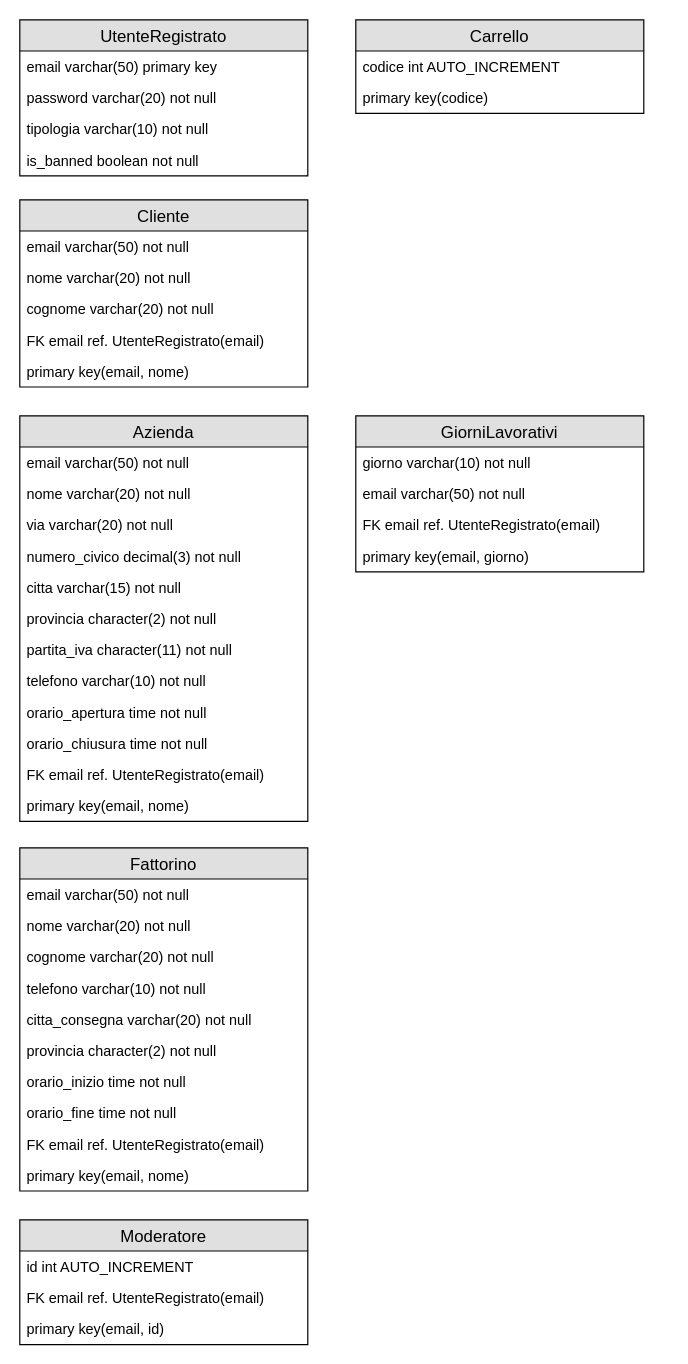
Above: Documents/Sys - Drawio/tabelle database.drawio in frekkanzer2/Eat-Reorder (draw.io), before the change. Source tidied: cells renumbered, new cells numbered last; positions are measured from the earlier drawing's top-left corner, leaving out a move shared by most shapes. Both pictures are drawn from the tidied source at 120%, with x=0, y=0 at pixel (19, 19).
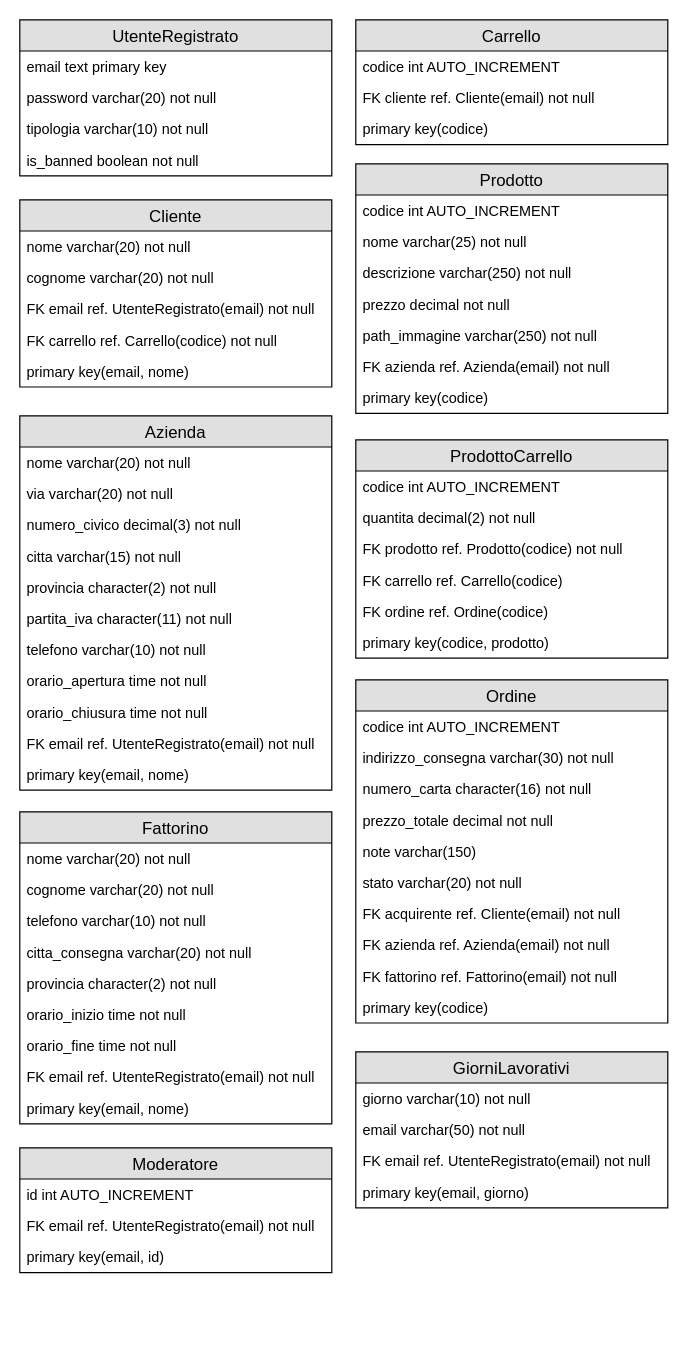
Above is the later version.

Commit message (it also covers changes not shown here):
Conclusa definizione del database

Diff of the diagram source:
```diff
@@
     <mxCell id="2" value="UtenteRegistrato" style="swimlane;fontStyle=0;horizontal=1;startSize=26;fillColor=#e0e0e0;swimlaneFillColor=#ffffff;align=center;fontSize=14;" parent="1" vertex="1">
-      <mxGeometry width="240" height="130" as="geometry" />
+      <mxGeometry width="260" height="130" as="geometry" />
     </mxCell>
-    <mxCell id="3" value="email varchar(50) primary key" style="text;strokeColor=none;fillColor=none;spacingLeft=4;spacingRight=4;overflow=hidden;fontSize=12;" parent="2" vertex="1">
-      <mxGeometry y="26" width="240" height="26" as="geometry" />
+    <mxCell id="3" value="email text primary key" style="text;strokeColor=none;fillColor=none;spacingLeft=4;spacingRight=4;overflow=hidden;fontSize=12;" parent="2" vertex="1">
+      <mxGeometry y="26" width="260" height="26" as="geometry" />
     </mxCell>
     <mxCell id="4" value="password varchar(20) not null" style="text;strokeColor=none;fillColor=none;spacingLeft=4;spacingRight=4;overflow=hidden;fontSize=12;" parent="2" vertex="1">
-      <mxGeometry y="52" width="240" height="26" as="geometry" />
+      <mxGeometry y="52" width="260" height="26" as="geometry" />
     </mxCell>
     <mxCell id="5" value="tipologia varchar(10) not null" style="text;strokeColor=none;fillColor=none;spacingLeft=4;spacingRight=4;overflow=hidden;fontSize=12;" parent="2" vertex="1">
-      <mxGeometry y="78" width="240" height="26" as="geometry" />
+      <mxGeometry y="78" width="260" height="26" as="geometry" />
     </mxCell>
     <mxCell id="6" value="is_banned boolean not null" style="text;strokeColor=none;fillColor=none;spacingLeft=4;spacingRight=4;overflow=hidden;fontSize=12;" parent="2" vertex="1">
-      <mxGeometry y="104" width="240" height="26" as="geometry" />
+      <mxGeometry y="104" width="260" height="26" as="geometry" />
     </mxCell>
     <mxCell id="7" value="Cliente" style="swimlane;fontStyle=0;horizontal=1;startSize=26;fillColor=#e0e0e0;swimlaneFillColor=#ffffff;align=center;fontSize=14;" parent="1" vertex="1">
-      <mxGeometry y="150" width="240" height="156" as="geometry" />
+      <mxGeometry y="150" width="260" height="156" as="geometry" />
     </mxCell>
-    <mxCell id="8" value="email varchar(50) not null" style="text;strokeColor=none;fillColor=none;spacingLeft=4;spacingRight=4;overflow=hidden;fontSize=12;" parent="7" vertex="1">
-      <mxGeometry y="26" width="240" height="26" as="geometry" />
-    </mxCell>
     <mxCell id="9" value="nome varchar(20) not null" style="text;strokeColor=none;fillColor=none;spacingLeft=4;spacingRight=4;overflow=hidden;fontSize=12;" parent="7" vertex="1">
-      <mxGeometry y="52" width="240" height="26" as="geometry" />
+      <mxGeometry y="26" width="260" height="26" as="geometry" />
     </mxCell>
     <mxCell id="10" value="cognome varchar(20) not null" style="text;strokeColor=none;fillColor=none;spacingLeft=4;spacingRight=4;overflow=hidden;fontSize=12;" parent="7" vertex="1">
-      <mxGeometry y="78" width="240" height="26" as="geometry" />
+      <mxGeometry y="52" width="260" height="26" as="geometry" />
     </mxCell>
-    <mxCell id="11" value="FK email ref. UtenteRegistrato(email)" style="text;strokeColor=none;fillColor=none;spacingLeft=4;spacingRight=4;overflow=hidden;fontSize=12;" parent="7" vertex="1">
-      <mxGeometry y="104" width="240" height="26" as="geometry" />
+    <mxCell id="11" value="FK email ref. UtenteRegistrato(email) not null" style="text;strokeColor=none;fillColor=none;spacingLeft=4;spacingRight=4;overflow=hidden;fontSize=12;" parent="7" vertex="1">
+      <mxGeometry y="78" width="260" height="26" as="geometry" />
     </mxCell>
+    <mxCell id="49" value="FK carrello ref. Carrello(codice) not null" style="text;strokeColor=none;fillColor=none;spacingLeft=4;spacingRight=4;overflow=hidden;fontSize=12;" parent="7" vertex="1">
+      <mxGeometry y="104" width="260" height="26" as="geometry" />
+    </mxCell>
     <mxCell id="12" value="primary key(email, nome)" style="text;strokeColor=none;fillColor=none;spacingLeft=4;spacingRight=4;overflow=hidden;fontSize=12;" parent="7" vertex="1">
-      <mxGeometry y="130" width="240" height="26" as="geometry" />
+      <mxGeometry y="130" width="260" height="26" as="geometry" />
     </mxCell>
     <mxCell id="13" value="Azienda" style="swimlane;fontStyle=0;horizontal=1;startSize=26;fillColor=#e0e0e0;swimlaneFillColor=#ffffff;align=center;fontSize=14;" parent="1" vertex="1">
-      <mxGeometry y="330" width="240" height="338" as="geometry" />
+      <mxGeometry y="330" width="260" height="312" as="geometry" />
     </mxCell>
-    <mxCell id="14" value="email varchar(50) not null" style="text;strokeColor=none;fillColor=none;spacingLeft=4;spacingRight=4;overflow=hidden;fontSize=12;" parent="13" vertex="1">
-      <mxGeometry y="26" width="240" height="26" as="geometry" />
-    </mxCell>
     <mxCell id="15" value="nome varchar(20) not null" style="text;strokeColor=none;fillColor=none;spacingLeft=4;spacingRight=4;overflow=hidden;fontSize=12;" parent="13" vertex="1">
-      <mxGeometry y="52" width="240" height="26" as="geometry" />
+      <mxGeometry y="26" width="260" height="26" as="geometry" />
     </mxCell>
     <mxCell id="16" value="via varchar(20) not null" style="text;strokeColor=none;fillColor=none;spacingLeft=4;spacingRight=4;overflow=hidden;fontSize=12;" parent="13" vertex="1">
-      <mxGeometry y="78" width="240" height="26" as="geometry" />
+      <mxGeometry y="52" width="260" height="26" as="geometry" />
     </mxCell>
     <mxCell id="17" value="numero_civico decimal(3) not null" style="text;strokeColor=none;fillColor=none;spacingLeft=4;spacingRight=4;overflow=hidden;fontSize=12;" parent="13" vertex="1">
-      <mxGeometry y="104" width="240" height="26" as="geometry" />
+      <mxGeometry y="78" width="260" height="26" as="geometry" />
     </mxCell>
     <mxCell id="18" value="citta varchar(15) not null" style="text;strokeColor=none;fillColor=none;spacingLeft=4;spacingRight=4;overflow=hidden;fontSize=12;" parent="13" vertex="1">
-      <mxGeometry y="130" width="240" height="26" as="geometry" />
+      <mxGeometry y="104" width="260" height="26" as="geometry" />
     </mxCell>
     <mxCell id="19" value="provincia character(2) not null" style="text;strokeColor=none;fillColor=none;spacingLeft=4;spacingRight=4;overflow=hidden;fontSize=12;" parent="13" vertex="1">
-      <mxGeometry y="156" width="240" height="26" as="geometry" />
+      <mxGeometry y="130" width="260" height="26" as="geometry" />
     </mxCell>
     <mxCell id="20" value="partita_iva character(11) not null" style="text;strokeColor=none;fillColor=none;spacingLeft=4;spacingRight=4;overflow=hidden;fontSize=12;" parent="13" vertex="1">
-      <mxGeometry y="182" width="240" height="26" as="geometry" />
+      <mxGeometry y="156" width="260" height="26" as="geometry" />
     </mxCell>
     <mxCell id="21" value="telefono varchar(10) not null" style="text;strokeColor=none;fillColor=none;spacingLeft=4;spacingRight=4;overflow=hidden;fontSize=12;" parent="13" vertex="1">
-      <mxGeometry y="208" width="240" height="26" as="geometry" />
+      <mxGeometry y="182" width="260" height="26" as="geometry" />
     </mxCell>
     <mxCell id="22" value="orario_apertura time not null" style="text;strokeColor=none;fillColor=none;spacingLeft=4;spacingRight=4;overflow=hidden;fontSize=12;" parent="13" vertex="1">
-      <mxGeometry y="234" width="240" height="26" as="geometry" />
+      <mxGeometry y="208" width="260" height="26" as="geometry" />
     </mxCell>
     <mxCell id="23" value="orario_chiusura time not null" style="text;strokeColor=none;fillColor=none;spacingLeft=4;spacingRight=4;overflow=hidden;fontSize=12;" parent="13" vertex="1">
-      <mxGeometry y="260" width="240" height="26" as="geometry" />
+      <mxGeometry y="234" width="260" height="26" as="geometry" />
     </mxCell>
-    <mxCell id="24" value="FK email ref. UtenteRegistrato(email)" style="text;strokeColor=none;fillColor=none;spacingLeft=4;spacingRight=4;overflow=hidden;fontSize=12;" parent="13" vertex="1">
-      <mxGeometry y="286" width="240" height="26" as="geometry" />
+    <mxCell id="24" value="FK email ref. UtenteRegistrato(email) not null" style="text;strokeColor=none;fillColor=none;spacingLeft=4;spacingRight=4;overflow=hidden;fontSize=12;" parent="13" vertex="1">
+      <mxGeometry y="260" width="260" height="26" as="geometry" />
     </mxCell>
     <mxCell id="25" value="primary key(email, nome)" style="text;strokeColor=none;fillColor=none;spacingLeft=4;spacingRight=4;overflow=hidden;fontSize=12;" parent="13" vertex="1">
-      <mxGeometry y="312" width="240" height="26" as="geometry" />
+      <mxGeometry y="286" width="260" height="26" as="geometry" />
     </mxCell>
     <mxCell id="26" value="Fattorino" style="swimlane;fontStyle=0;horizontal=1;startSize=26;fillColor=#e0e0e0;swimlaneFillColor=#ffffff;align=center;fontSize=14;" parent="1" vertex="1">
-      <mxGeometry y="690" width="240" height="286" as="geometry" />
+      <mxGeometry y="660" width="260" height="260" as="geometry" />
     </mxCell>
-    <mxCell id="27" value="email varchar(50) not null" style="text;strokeColor=none;fillColor=none;spacingLeft=4;spacingRight=4;overflow=hidden;fontSize=12;" parent="26" vertex="1">
-      <mxGeometry y="26" width="240" height="26" as="geometry" />
-    </mxCell>
     <mxCell id="28" value="nome varchar(20) not null" style="text;strokeColor=none;fillColor=none;spacingLeft=4;spacingRight=4;overflow=hidden;fontSize=12;" parent="26" vertex="1">
-      <mxGeometry y="52" width="240" height="26" as="geometry" />
+      <mxGeometry y="26" width="260" height="26" as="geometry" />
     </mxCell>
     <mxCell id="29" value="cognome varchar(20) not null" style="text;strokeColor=none;fillColor=none;spacingLeft=4;spacingRight=4;overflow=hidden;fontSize=12;" parent="26" vertex="1">
-      <mxGeometry y="78" width="240" height="26" as="geometry" />
+      <mxGeometry y="52" width="260" height="26" as="geometry" />
     </mxCell>
     <mxCell id="30" value="telefono varchar(10) not null" style="text;strokeColor=none;fillColor=none;spacingLeft=4;spacingRight=4;overflow=hidden;fontSize=12;" parent="26" vertex="1">
-      <mxGeometry y="104" width="240" height="26" as="geometry" />
+      <mxGeometry y="78" width="260" height="26" as="geometry" />
     </mxCell>
     <mxCell id="31" value="citta_consegna varchar(20) not null" style="text;strokeColor=none;fillColor=none;spacingLeft=4;spacingRight=4;overflow=hidden;fontSize=12;" parent="26" vertex="1">
-      <mxGeometry y="130" width="240" height="26" as="geometry" />
+      <mxGeometry y="104" width="260" height="26" as="geometry" />
     </mxCell>
     <mxCell id="32" value="provincia character(2) not null" style="text;strokeColor=none;fillColor=none;spacingLeft=4;spacingRight=4;overflow=hidden;fontSize=12;" parent="26" vertex="1">
-      <mxGeometry y="156" width="240" height="26" as="geometry" />
+      <mxGeometry y="130" width="260" height="26" as="geometry" />
     </mxCell>
     <mxCell id="33" value="orario_inizio time not null" style="text;strokeColor=none;fillColor=none;spacingLeft=4;spacingRight=4;overflow=hidden;fontSize=12;" parent="26" vertex="1">
-      <mxGeometry y="182" width="240" height="26" as="geometry" />
+      <mxGeometry y="156" width="260" height="26" as="geometry" />
     </mxCell>
     <mxCell id="34" value="orario_fine time not null" style="text;strokeColor=none;fillColor=none;spacingLeft=4;spacingRight=4;overflow=hidden;fontSize=12;" parent="26" vertex="1">
-      <mxGeometry y="208" width="240" height="26" as="geometry" />
+      <mxGeometry y="182" width="260" height="26" as="geometry" />
     </mxCell>
-    <mxCell id="35" value="FK email ref. UtenteRegistrato(email)" style="text;strokeColor=none;fillColor=none;spacingLeft=4;spacingRight=4;overflow=hidden;fontSize=12;" parent="26" vertex="1">
-      <mxGeometry y="234" width="240" height="26" as="geometry" />
+    <mxCell id="35" value="FK email ref. UtenteRegistrato(email) not null" style="text;strokeColor=none;fillColor=none;spacingLeft=4;spacingRight=4;overflow=hidden;fontSize=12;" parent="26" vertex="1">
+      <mxGeometry y="208" width="260" height="26" as="geometry" />
     </mxCell>
     <mxCell id="36" value="primary key(email, nome)" style="text;strokeColor=none;fillColor=none;spacingLeft=4;spacingRight=4;overflow=hidden;fontSize=12;" parent="26" vertex="1">
-      <mxGeometry y="260" width="240" height="26" as="geometry" />
+      <mxGeometry y="234" width="260" height="26" as="geometry" />
     </mxCell>
     <mxCell id="37" value="Moderatore" style="swimlane;fontStyle=0;horizontal=1;startSize=26;fillColor=#e0e0e0;swimlaneFillColor=#ffffff;align=center;fontSize=14;" parent="1" vertex="1">
-      <mxGeometry y="1000" width="240" height="104" as="geometry" />
+      <mxGeometry y="940" width="260" height="104" as="geometry" />
     </mxCell>
     <mxCell id="38" value="id int AUTO_INCREMENT" style="text;strokeColor=none;fillColor=none;spacingLeft=4;spacingRight=4;overflow=hidden;fontSize=12;" parent="37" vertex="1">
-      <mxGeometry y="26" width="240" height="26" as="geometry" />
+      <mxGeometry y="26" width="260" height="26" as="geometry" />
     </mxCell>
-    <mxCell id="39" value="FK email ref. UtenteRegistrato(email)" style="text;strokeColor=none;fillColor=none;spacingLeft=4;spacingRight=4;overflow=hidden;fontSize=12;" parent="37" vertex="1">
-      <mxGeometry y="52" width="240" height="26" as="geometry" />
+    <mxCell id="39" value="FK email ref. UtenteRegistrato(email) not null" style="text;strokeColor=none;fillColor=none;spacingLeft=4;spacingRight=4;overflow=hidden;fontSize=12;" parent="37" vertex="1">
+      <mxGeometry y="52" width="260" height="26" as="geometry" />
     </mxCell>
     <mxCell id="40" value="primary key(email, id)" style="text;strokeColor=none;fillColor=none;spacingLeft=4;spacingRight=4;overflow=hidden;fontSize=12;" parent="37" vertex="1">
-      <mxGeometry y="78" width="240" height="26" as="geometry" />
+      <mxGeometry y="78" width="260" height="26" as="geometry" />
     </mxCell>
     <mxCell id="41" value="GiorniLavorativi" style="swimlane;fontStyle=0;horizontal=1;startSize=26;fillColor=#e0e0e0;swimlaneFillColor=#ffffff;align=center;fontSize=14;" parent="1" vertex="1">
-      <mxGeometry x="280" y="330" width="240" height="130" as="geometry" />
+      <mxGeometry x="280" y="860" width="260" height="130" as="geometry" />
     </mxCell>
     <mxCell id="42" value="giorno varchar(10) not null" style="text;strokeColor=none;fillColor=none;spacingLeft=4;spacingRight=4;overflow=hidden;fontSize=12;" parent="41" vertex="1">
-      <mxGeometry y="26" width="240" height="26" as="geometry" />
+      <mxGeometry y="26" width="260" height="26" as="geometry" />
     </mxCell>
     <mxCell id="43" value="email varchar(50) not null" style="text;strokeColor=none;fillColor=none;spacingLeft=4;spacingRight=4;overflow=hidden;fontSize=12;" parent="41" vertex="1">
-      <mxGeometry y="52" width="240" height="26" as="geometry" />
+      <mxGeometry y="52" width="260" height="26" as="geometry" />
     </mxCell>
-    <mxCell id="44" value="FK email ref. UtenteRegistrato(email)" style="text;strokeColor=none;fillColor=none;spacingLeft=4;spacingRight=4;overflow=hidden;fontSize=12;" parent="41" vertex="1">
-      <mxGeometry y="78" width="240" height="26" as="geometry" />
+    <mxCell id="44" value="FK email ref. UtenteRegistrato(email) not null" style="text;strokeColor=none;fillColor=none;spacingLeft=4;spacingRight=4;overflow=hidden;fontSize=12;" parent="41" vertex="1">
+      <mxGeometry y="78" width="260" height="26" as="geometry" />
     </mxCell>
     <mxCell id="45" value="primary key(email, giorno)" style="text;strokeColor=none;fillColor=none;spacingLeft=4;spacingRight=4;overflow=hidden;fontSize=12;" parent="41" vertex="1">
-      <mxGeometry y="104" width="240" height="26" as="geometry" />
+      <mxGeometry y="104" width="260" height="26" as="geometry" />
     </mxCell>
     <mxCell id="46" value="Carrello" style="swimlane;fontStyle=0;horizontal=1;startSize=26;fillColor=#e0e0e0;swimlaneFillColor=#ffffff;align=center;fontSize=14;" parent="1" vertex="1">
-      <mxGeometry x="280" width="240" height="78" as="geometry" />
+      <mxGeometry x="280" width="260" height="104" as="geometry" />
     </mxCell>
     <mxCell id="47" value="codice int AUTO_INCREMENT" style="text;strokeColor=none;fillColor=none;spacingLeft=4;spacingRight=4;overflow=hidden;fontSize=12;" parent="46" vertex="1">
-      <mxGeometry y="26" width="240" height="26" as="geometry" />
+      <mxGeometry y="26" width="260" height="26" as="geometry" />
     </mxCell>
+    <mxCell id="50" value="FK cliente ref. Cliente(email) not null" style="text;strokeColor=none;fillColor=none;spacingLeft=4;spacingRight=4;overflow=hidden;fontSize=12;" parent="46" vertex="1">
+      <mxGeometry y="52" width="260" height="26" as="geometry" />
+    </mxCell>
     <mxCell id="48" value="primary key(codice)" style="text;strokeColor=none;fillColor=none;spacingLeft=4;spacingRight=4;overflow=hidden;fontSize=12;" parent="46" vertex="1">
-      <mxGeometry y="52" width="240" height="26" as="geometry" />
+      <mxGeometry y="78" width="260" height="26" as="geometry" />
     </mxCell>
+    <mxCell id="51" value="Prodotto" style="swimlane;fontStyle=0;horizontal=1;startSize=26;fillColor=#e0e0e0;swimlaneFillColor=#ffffff;align=center;fontSize=14;" parent="1" vertex="1">
+      <mxGeometry x="280" y="120" width="260" height="208" as="geometry" />
+    </mxCell>
+    <mxCell id="52" value="codice int AUTO_INCREMENT" style="text;strokeColor=none;fillColor=none;spacingLeft=4;spacingRight=4;overflow=hidden;fontSize=12;" parent="51" vertex="1">
+      <mxGeometry y="26" width="260" height="26" as="geometry" />
+    </mxCell>
+    <mxCell id="53" value="nome varchar(25) not null" style="text;strokeColor=none;fillColor=none;spacingLeft=4;spacingRight=4;overflow=hidden;fontSize=12;" parent="51" vertex="1">
+      <mxGeometry y="52" width="260" height="26" as="geometry" />
+    </mxCell>
+    <mxCell id="54" value="descrizione varchar(250) not null" style="text;strokeColor=none;fillColor=none;spacingLeft=4;spacingRight=4;overflow=hidden;fontSize=12;" parent="51" vertex="1">
+      <mxGeometry y="78" width="260" height="26" as="geometry" />
+    </mxCell>
+    <mxCell id="55" value="prezzo decimal not null" style="text;strokeColor=none;fillColor=none;spacingLeft=4;spacingRight=4;overflow=hidden;fontSize=12;" parent="51" vertex="1">
+      <mxGeometry y="104" width="260" height="26" as="geometry" />
+    </mxCell>
+    <mxCell id="56" value="path_immagine varchar(250) not null" style="text;strokeColor=none;fillColor=none;spacingLeft=4;spacingRight=4;overflow=hidden;fontSize=12;" parent="51" vertex="1">
+      <mxGeometry y="130" width="260" height="26" as="geometry" />
+    </mxCell>
+    <mxCell id="57" value="FK azienda ref. Azienda(email) not null" style="text;strokeColor=none;fillColor=none;spacingLeft=4;spacingRight=4;overflow=hidden;fontSize=12;" parent="51" vertex="1">
+      <mxGeometry y="156" width="260" height="26" as="geometry" />
+    </mxCell>
+    <mxCell id="58" value="primary key(codice)" style="text;strokeColor=none;fillColor=none;spacingLeft=4;spacingRight=4;overflow=hidden;fontSize=12;" parent="51" vertex="1">
+      <mxGeometry y="182" width="260" height="26" as="geometry" />
+    </mxCell>
+    <mxCell id="59" value="ProdottoCarrello" style="swimlane;fontStyle=0;horizontal=1;startSize=26;fillColor=#e0e0e0;swimlaneFillColor=#ffffff;align=center;fontSize=14;" parent="1" vertex="1">
+      <mxGeometry x="280" y="350" width="260" height="182" as="geometry" />
+    </mxCell>
+    <mxCell id="60" value="codice int AUTO_INCREMENT" style="text;strokeColor=none;fillColor=none;spacingLeft=4;spacingRight=4;overflow=hidden;fontSize=12;" parent="59" vertex="1">
+      <mxGeometry y="26" width="260" height="26" as="geometry" />
+    </mxCell>
+    <mxCell id="61" value="quantita decimal(2) not null" style="text;strokeColor=none;fillColor=none;spacingLeft=4;spacingRight=4;overflow=hidden;fontSize=12;" parent="59" vertex="1">
+      <mxGeometry y="52" width="260" height="26" as="geometry" />
+    </mxCell>
+    <mxCell id="62" value="FK prodotto ref. Prodotto(codice) not null" style="text;strokeColor=none;fillColor=none;spacingLeft=4;spacingRight=4;overflow=hidden;fontSize=12;" parent="59" vertex="1">
+      <mxGeometry y="78" width="260" height="26" as="geometry" />
+    </mxCell>
+    <mxCell id="63" value="FK carrello ref. Carrello(codice)" style="text;strokeColor=none;fillColor=none;spacingLeft=4;spacingRight=4;overflow=hidden;fontSize=12;" parent="59" vertex="1">
+      <mxGeometry y="104" width="260" height="26" as="geometry" />
+    </mxCell>
+    <mxCell id="64" value="FK ordine ref. Ordine(codice)" style="text;strokeColor=none;fillColor=none;spacingLeft=4;spacingRight=4;overflow=hidden;fontSize=12;" parent="59" vertex="1">
+      <mxGeometry y="130" width="260" height="26" as="geometry" />
+    </mxCell>
+    <mxCell id="65" value="primary key(codice, prodotto)" style="text;strokeColor=none;fillColor=none;spacingLeft=4;spacingRight=4;overflow=hidden;fontSize=12;" parent="59" vertex="1">
+      <mxGeometry y="156" width="260" height="26" as="geometry" />
+    </mxCell>
+    <mxCell id="66" value="Ordine" style="swimlane;fontStyle=0;horizontal=1;startSize=26;fillColor=#e0e0e0;swimlaneFillColor=#ffffff;align=center;fontSize=14;" parent="1" vertex="1">
+      <mxGeometry x="280" y="550" width="260" height="286" as="geometry" />
+    </mxCell>
+    <mxCell id="67" value="codice int AUTO_INCREMENT" style="text;strokeColor=none;fillColor=none;spacingLeft=4;spacingRight=4;overflow=hidden;fontSize=12;" parent="66" vertex="1">
+      <mxGeometry y="26" width="260" height="26" as="geometry" />
+    </mxCell>
+    <mxCell id="68" value="indirizzo_consegna varchar(30) not null" style="text;strokeColor=none;fillColor=none;spacingLeft=4;spacingRight=4;overflow=hidden;fontSize=12;" parent="66" vertex="1">
+      <mxGeometry y="52" width="260" height="26" as="geometry" />
+    </mxCell>
+    <mxCell id="69" value="numero_carta character(16) not null" style="text;strokeColor=none;fillColor=none;spacingLeft=4;spacingRight=4;overflow=hidden;fontSize=12;" parent="66" vertex="1">
+      <mxGeometry y="78" width="260" height="26" as="geometry" />
+    </mxCell>
+    <mxCell id="70" value="prezzo_totale decimal not null" style="text;strokeColor=none;fillColor=none;spacingLeft=4;spacingRight=4;overflow=hidden;fontSize=12;" parent="66" vertex="1">
+      <mxGeometry y="104" width="260" height="26" as="geometry" />
+    </mxCell>
+    <mxCell id="71" value="note varchar(150)" style="text;strokeColor=none;fillColor=none;spacingLeft=4;spacingRight=4;overflow=hidden;fontSize=12;" parent="66" vertex="1">
+      <mxGeometry y="130" width="260" height="26" as="geometry" />
+    </mxCell>
+    <mxCell id="72" value="stato varchar(20) not null" style="text;strokeColor=none;fillColor=none;spacingLeft=4;spacingRight=4;overflow=hidden;fontSize=12;" parent="66" vertex="1">
+      <mxGeometry y="156" width="260" height="26" as="geometry" />
+    </mxCell>
+    <mxCell id="73" value="FK acquirente ref. Cliente(email) not null" style="text;strokeColor=none;fillColor=none;spacingLeft=4;spacingRight=4;overflow=hidden;fontSize=12;" parent="66" vertex="1">
+      <mxGeometry y="182" width="260" height="26" as="geometry" />
+    </mxCell>
+    <mxCell id="74" value="FK azienda ref. Azienda(email) not null" style="text;strokeColor=none;fillColor=none;spacingLeft=4;spacingRight=4;overflow=hidden;fontSize=12;" parent="66" vertex="1">
+      <mxGeometry y="208" width="260" height="26" as="geometry" />
+    </mxCell>
+    <mxCell id="75" value="FK fattorino ref. Fattorino(email) not null" style="text;strokeColor=none;fillColor=none;spacingLeft=4;spacingRight=4;overflow=hidden;fontSize=12;" parent="66" vertex="1">
+      <mxGeometry y="234" width="260" height="26" as="geometry" />
+    </mxCell>
+    <mxCell id="76" value="primary key(codice)" style="text;strokeColor=none;fillColor=none;spacingLeft=4;spacingRight=4;overflow=hidden;fontSize=12;" parent="66" vertex="1">
+      <mxGeometry y="260" width="260" height="26" as="geometry" />
+    </mxCell>
```
